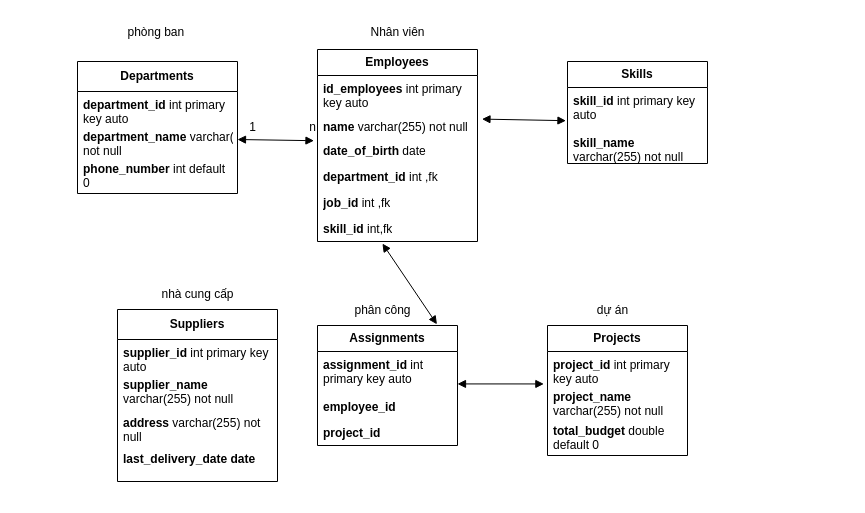
Above: Biểu đồ không có tiêu đề.drawio in basonzzzz1/hello_world (draw.io), before the change. Source tidied: cells renumbered, new cells numbered last; positions are measured from the earlier drawing's top-left corner, leaving out a move shared by most shapes. Both pictures are drawn from the tidied source at 100%, with x=0, y=0 at pixel (77, 17).
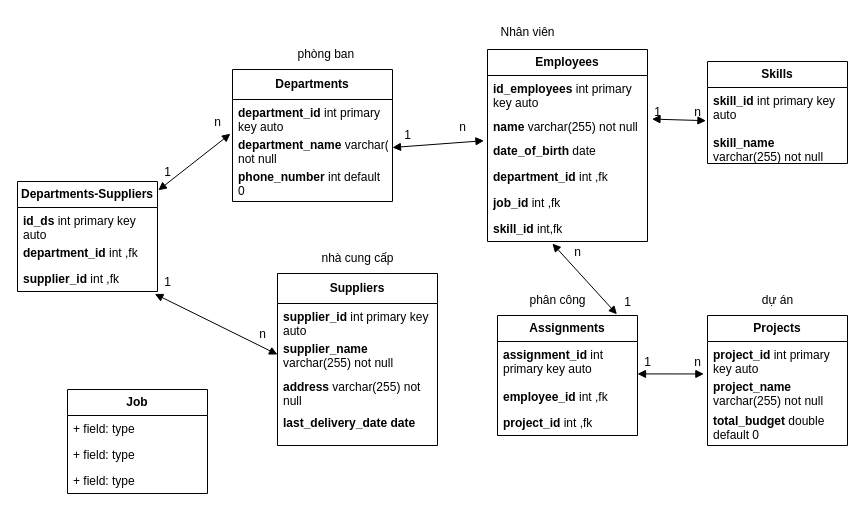
The same diagram, later.

Commit message:
Cập nhật Biểu đồ không có tiêu đề.drawio

Unchanged cells that the change refers to:
```xml
<mxCell id="11" value="&lt;b&gt;department_name&lt;/b&gt;&amp;nbsp;varchar(255) not null" style="text;strokeColor=none;fillColor=none;align=left;verticalAlign=top;spacingLeft=4;spacingRight=4;overflow=hidden;points=[[0,0.5],[1,0.5]];portConstraint=eastwest;whiteSpace=wrap;html=1;" parent="9" vertex="1">
  <mxGeometry y="62" width="160" height="32" as="geometry" />
</mxCell>
<mxCell id="15" value="&lt;b&gt;supplier_name &lt;/b&gt;varchar(255) not null" style="text;strokeColor=none;fillColor=none;align=left;verticalAlign=top;spacingLeft=4;spacingRight=4;overflow=hidden;points=[[0,0.5],[1,0.5]];portConstraint=eastwest;whiteSpace=wrap;html=1;" parent="13" vertex="1">
  <mxGeometry y="62" width="160" height="38" as="geometry" />
</mxCell>
```

Diff of the diagram source:
```diff
@@
     <mxCell id="2" value="&lt;b&gt;Employees&lt;/b&gt;" style="swimlane;fontStyle=0;horizontal=1;startSize=26;fillColor=none;whiteSpace=wrap;html=1;" parent="1" vertex="1">
-      <mxGeometry x="240" y="32" width="160" height="192" as="geometry" />
+      <mxGeometry x="410" y="32" width="160" height="192" as="geometry" />
     </mxCell>
@@
     <mxCell id="9" value="&lt;b&gt;Departments&lt;/b&gt;" style="swimlane;fontStyle=0;horizontal=1;startSize=30;fillColor=none;whiteSpace=wrap;html=1;" parent="1" vertex="1">
-      <mxGeometry y="44" width="160" height="132" as="geometry" />
+      <mxGeometry x="155" y="52" width="160" height="132" as="geometry" />
     </mxCell>
@@
     <mxCell id="13" value="&lt;b&gt;Suppliers&lt;/b&gt;" style="swimlane;fontStyle=0;horizontal=1;startSize=30;fillColor=none;whiteSpace=wrap;html=1;" parent="1" vertex="1">
-      <mxGeometry x="40" y="292" width="160" height="172" as="geometry" />
+      <mxGeometry x="200" y="256" width="160" height="172" as="geometry" />
     </mxCell>
@@
     <mxCell id="18" value="phòng ban&amp;nbsp;" style="text;html=1;align=center;verticalAlign=middle;strokeColor=none;fillColor=none;" parent="1" vertex="1">
-      <mxGeometry x="40" width="80" height="30" as="geometry" />
+      <mxGeometry x="210" y="22" width="80" height="30" as="geometry" />
     </mxCell>
     <mxCell id="19" value="Nhân viên" style="text;html=1;align=center;verticalAlign=middle;strokeColor=none;fillColor=none;" parent="1" vertex="1">
-      <mxGeometry x="280" width="80" height="30" as="geometry" />
+      <mxGeometry x="410" width="80" height="30" as="geometry" />
     </mxCell>
-    <mxCell id="20" value="nhà cung cấp" style="text;html=1;align=center;verticalAlign=middle;strokeColor=none;fillColor=none;" parent="1" vertex="1">
-      <mxGeometry x="70" y="262" width="100" height="30" as="geometry" />
-    </mxCell>
@@
     <mxCell id="22" value="1" style="text;html=1;align=center;verticalAlign=middle;strokeColor=none;fillColor=none;" parent="1" vertex="1">
-      <mxGeometry x="160" y="95" width="30" height="30" as="geometry" />
+      <mxGeometry x="315" y="103" width="30" height="30" as="geometry" />
     </mxCell>
     <mxCell id="23" value="n" style="text;html=1;align=center;verticalAlign=middle;strokeColor=none;fillColor=none;" parent="1" vertex="1">
-      <mxGeometry x="220" y="95" width="30" height="30" as="geometry" />
+      <mxGeometry x="370" y="95" width="30" height="30" as="geometry" />
     </mxCell>
     <mxCell id="24" value="&lt;b&gt;Skills&lt;/b&gt;" style="swimlane;fontStyle=0;horizontal=1;startSize=26;fillColor=none;whiteSpace=wrap;html=1;" parent="1" vertex="1">
-      <mxGeometry x="490" y="44" width="140" height="102" as="geometry" />
+      <mxGeometry x="630" y="44" width="140" height="102" as="geometry" />
     </mxCell>
@@
     <mxCell id="28" value="&lt;b&gt;Projects&lt;/b&gt;" style="swimlane;fontStyle=0;horizontal=1;startSize=26;fillColor=none;whiteSpace=wrap;html=1;" parent="1" vertex="1">
-      <mxGeometry x="470" y="308" width="140" height="130" as="geometry" />
+      <mxGeometry x="630" y="298" width="140" height="130" as="geometry" />
     </mxCell>
@@
     <mxCell id="32" value="&lt;b&gt;Assignments&lt;/b&gt;" style="swimlane;fontStyle=0;horizontal=1;startSize=26;fillColor=none;whiteSpace=wrap;html=1;" parent="1" vertex="1">
-      <mxGeometry x="240" y="308" width="140" height="120" as="geometry" />
+      <mxGeometry x="420" y="298" width="140" height="120" as="geometry" />
     </mxCell>
@@
-    <mxCell id="34" value="&lt;b&gt;employee_id &lt;/b&gt;" style="text;strokeColor=none;fillColor=none;align=left;verticalAlign=top;spacingLeft=4;spacingRight=4;overflow=hidden;whiteSpace=wrap;html=1;" parent="32" vertex="1">
+    <mxCell id="34" value="&lt;b&gt;employee_id &lt;/b&gt;int ,fk" style="text;strokeColor=none;fillColor=none;align=left;verticalAlign=top;spacingLeft=4;spacingRight=4;overflow=hidden;whiteSpace=wrap;html=1;" parent="32" vertex="1">
       <mxGeometry y="68" width="140" height="26" as="geometry" />
     </mxCell>
-    <mxCell id="35" value="&lt;b&gt;project_id &lt;/b&gt;" style="text;strokeColor=none;fillColor=none;align=left;verticalAlign=top;spacingLeft=4;spacingRight=4;overflow=hidden;whiteSpace=wrap;html=1;" parent="32" vertex="1">
+    <mxCell id="35" value="&lt;b&gt;project_id &lt;/b&gt;int ,fk" style="text;strokeColor=none;fillColor=none;align=left;verticalAlign=top;spacingLeft=4;spacingRight=4;overflow=hidden;whiteSpace=wrap;html=1;" parent="32" vertex="1">
       <mxGeometry y="94" width="140" height="26" as="geometry" />
     </mxCell>
     <mxCell id="36" value="phân công" style="text;html=1;align=center;verticalAlign=middle;strokeColor=none;fillColor=none;" parent="1" vertex="1">
-      <mxGeometry x="265" y="278" width="80" height="30" as="geometry" />
+      <mxGeometry x="440" y="268" width="80" height="30" as="geometry" />
     </mxCell>
     <mxCell id="37" value="dự án" style="text;html=1;align=center;verticalAlign=middle;strokeColor=none;fillColor=none;" parent="1" vertex="1">
-      <mxGeometry x="510" y="278" width="50" height="30" as="geometry" />
+      <mxGeometry x="675" y="268" width="50" height="30" as="geometry" />
     </mxCell>
@@
+    <mxCell id="20" value="nhà cung cấp" style="text;html=1;align=center;verticalAlign=middle;strokeColor=none;fillColor=none;" parent="1" vertex="1">
+      <mxGeometry x="230" y="226" width="100" height="30" as="geometry" />
+    </mxCell>
+    <mxCell id="40" value="&lt;b style=&quot;border-color: var(--border-color);&quot;&gt;Departments-&lt;/b&gt;&lt;b style=&quot;border-color: var(--border-color);&quot;&gt;Suppliers&lt;/b&gt;" style="swimlane;fontStyle=0;horizontal=1;startSize=26;fillColor=none;whiteSpace=wrap;html=1;" parent="1" vertex="1">
+      <mxGeometry x="-60" y="164" width="140" height="110" as="geometry" />
+    </mxCell>
+    <mxCell id="41" value="&lt;b&gt;id_ds&amp;nbsp;&lt;/b&gt;int primary key auto" style="text;strokeColor=none;fillColor=none;align=left;verticalAlign=top;spacingLeft=4;spacingRight=4;overflow=hidden;whiteSpace=wrap;html=1;" parent="40" vertex="1">
+      <mxGeometry y="26" width="140" height="32" as="geometry" />
+    </mxCell>
+    <mxCell id="42" value="&lt;b style=&quot;border-color: var(--border-color);&quot;&gt;department_id&lt;/b&gt;&amp;nbsp;int ,fk" style="text;strokeColor=none;fillColor=none;align=left;verticalAlign=top;spacingLeft=4;spacingRight=4;overflow=hidden;whiteSpace=wrap;html=1;" parent="40" vertex="1">
+      <mxGeometry y="58" width="140" height="26" as="geometry" />
+    </mxCell>
+    <mxCell id="43" value="&lt;b style=&quot;border-color: var(--border-color);&quot;&gt;supplier_id &lt;/b&gt;&lt;span style=&quot;border-color: var(--border-color);&quot;&gt;int ,fk&lt;/span&gt;" style="text;strokeColor=none;fillColor=none;align=left;verticalAlign=top;spacingLeft=4;spacingRight=4;overflow=hidden;points=[[0,0.5],[1,0.5]];portConstraint=eastwest;whiteSpace=wrap;html=1;" parent="40" vertex="1">
+      <mxGeometry y="84" width="140" height="26" as="geometry" />
+    </mxCell>
+    <mxCell id="44" style="endArrow=block;startArrow=block;endFill=1;startFill=1;html=1;rounded=0;exitX=0.981;exitY=1.094;exitDx=0;exitDy=0;exitPerimeter=0;entryX=0;entryY=0.5;entryDx=0;entryDy=0;" parent="1" edge="1" source="43" target="15">
+      <mxGeometry relative="1" as="geometry" />
+    </mxCell>
+    <mxCell id="45" style="endArrow=block;startArrow=block;endFill=1;startFill=1;html=1;rounded=0;exitX=1.006;exitY=0.08;exitDx=0;exitDy=0;exitPerimeter=0;entryX=-0.013;entryY=0.071;entryDx=0;entryDy=0;entryPerimeter=0;" parent="1" edge="1" source="40" target="11">
+      <mxGeometry relative="1" as="geometry" />
+    </mxCell>
+    <mxCell id="46" value="1" style="text;html=1;align=center;verticalAlign=middle;strokeColor=none;fillColor=none;" parent="1" vertex="1">
+      <mxGeometry x="75" y="140" width="30" height="30" as="geometry" />
+    </mxCell>
+    <mxCell id="47" value="n" style="text;html=1;align=center;verticalAlign=middle;strokeColor=none;fillColor=none;" parent="1" vertex="1">
+      <mxGeometry x="125" y="90" width="30" height="30" as="geometry" />
+    </mxCell>
+    <mxCell id="48" value="1" style="text;html=1;align=center;verticalAlign=middle;strokeColor=none;fillColor=none;" parent="1" vertex="1">
+      <mxGeometry x="75" y="250" width="30" height="30" as="geometry" />
+    </mxCell>
+    <mxCell id="49" value="n" style="text;html=1;align=center;verticalAlign=middle;strokeColor=none;fillColor=none;" parent="1" vertex="1">
+      <mxGeometry x="170" y="302" width="30" height="30" as="geometry" />
+    </mxCell>
+    <mxCell id="50" value="1" style="text;html=1;align=center;verticalAlign=middle;strokeColor=none;fillColor=none;" parent="1" vertex="1">
+      <mxGeometry x="555" y="330" width="30" height="30" as="geometry" />
+    </mxCell>
+    <mxCell id="51" value="n" style="text;html=1;align=center;verticalAlign=middle;strokeColor=none;fillColor=none;" parent="1" vertex="1">
+      <mxGeometry x="605" y="330" width="30" height="30" as="geometry" />
+    </mxCell>
+    <mxCell id="52" value="1" style="text;html=1;align=center;verticalAlign=middle;strokeColor=none;fillColor=none;" parent="1" vertex="1">
+      <mxGeometry x="535" y="270" width="30" height="30" as="geometry" />
+    </mxCell>
+    <mxCell id="53" value="n" style="text;html=1;align=center;verticalAlign=middle;strokeColor=none;fillColor=none;" parent="1" vertex="1">
+      <mxGeometry x="485" y="220" width="30" height="30" as="geometry" />
+    </mxCell>
+    <mxCell id="54" value="1" style="text;html=1;align=center;verticalAlign=middle;strokeColor=none;fillColor=none;" parent="1" vertex="1">
+      <mxGeometry x="565" y="80" width="30" height="30" as="geometry" />
+    </mxCell>
+    <mxCell id="55" value="n" style="text;html=1;align=center;verticalAlign=middle;strokeColor=none;fillColor=none;" parent="1" vertex="1">
+      <mxGeometry x="605" y="80" width="30" height="30" as="geometry" />
+    </mxCell>
+    <mxCell id="56" value="&lt;b&gt;Job&lt;/b&gt;" style="swimlane;fontStyle=0;horizontal=1;startSize=26;fillColor=none;whiteSpace=wrap;html=1;" parent="1" vertex="1">
+      <mxGeometry x="-10" y="372" width="140" height="104" as="geometry" />
+    </mxCell>
+    <mxCell id="57" value="+ field: type" style="text;strokeColor=none;fillColor=none;align=left;verticalAlign=top;spacingLeft=4;spacingRight=4;overflow=hidden;whiteSpace=wrap;html=1;" parent="56" vertex="1">
+      <mxGeometry y="26" width="140" height="26" as="geometry" />
+    </mxCell>
+    <mxCell id="58" value="+ field: type" style="text;strokeColor=none;fillColor=none;align=left;verticalAlign=top;spacingLeft=4;spacingRight=4;overflow=hidden;whiteSpace=wrap;html=1;" parent="56" vertex="1">
+      <mxGeometry y="52" width="140" height="26" as="geometry" />
+    </mxCell>
+    <mxCell id="59" value="+ field: type" style="text;strokeColor=none;fillColor=none;align=left;verticalAlign=top;spacingLeft=4;spacingRight=4;overflow=hidden;whiteSpace=wrap;html=1;" parent="56" vertex="1">
+      <mxGeometry y="78" width="140" height="26" as="geometry" />
+    </mxCell>
```
